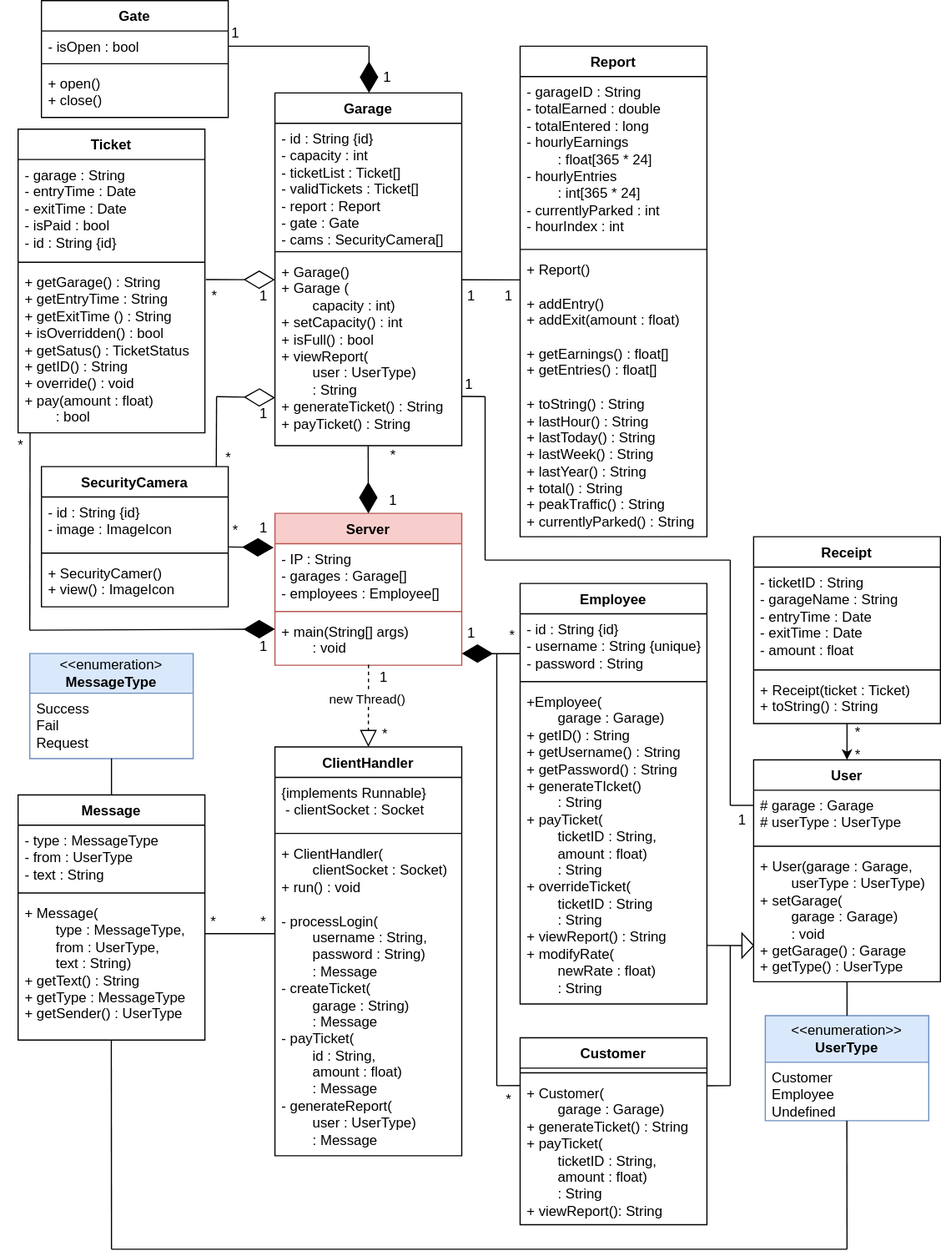
This is design/Diagrams/ServerSideFull.svg from CSUEB-CS401-02-SP25-Group-Project-1/parking-garage-system, a draw.io export, as it was before one commit. Source tidied: cells renumbered, new cells last; positions are measured from the earlier drawing's top-left corner, leaving out a move shared by most shapes.
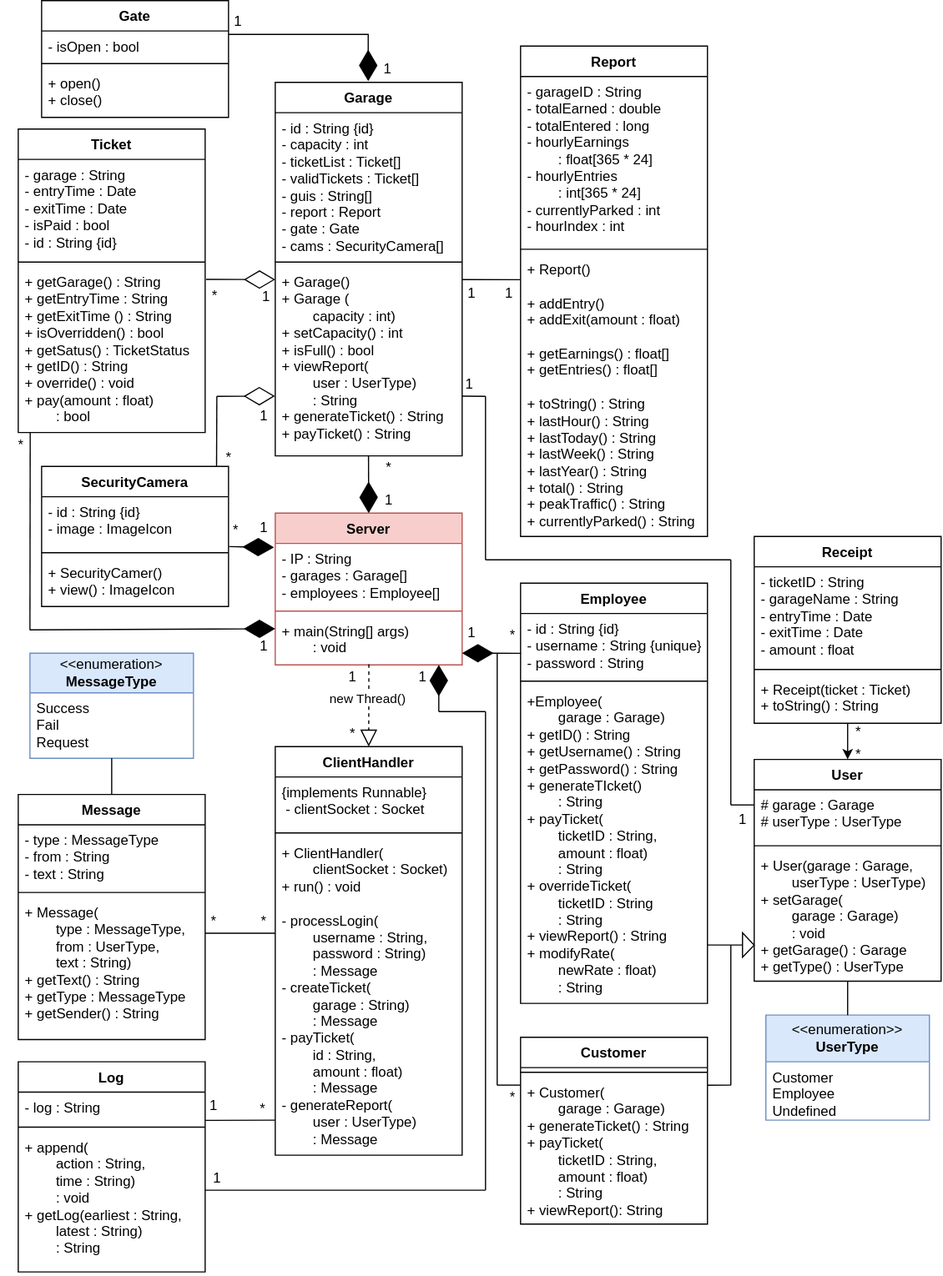
The same diagram one commit later.

Commit message:
Updated ServerSideFull to include Log

Diff of the diagram source:
```diff
@@ -41,13 +41,13 @@
     <mxCell id="14" value="Message" style="swimlane;fontStyle=1;align=center;verticalAlign=top;horizontal=1;startSize=26;whiteSpace=wrap;html=1;" parent="1" vertex="1">
       <mxGeometry x="13" y="680" width="160" height="210" as="geometry" />
     </mxCell>
-    <mxCell id="15" value="&lt;div&gt;- type : MessageType&lt;/div&gt;&lt;div&gt;- from : UserType&lt;/div&gt;&lt;div&gt;- text : String&lt;/div&gt;" style="text;strokeColor=none;fillColor=none;align=left;verticalAlign=top;spacingLeft=4;spacingRight=4;overflow=hidden;whiteSpace=wrap;html=1;" parent="14" vertex="1">
+    <mxCell id="15" value="&lt;div&gt;- type : MessageType&lt;/div&gt;&lt;div&gt;- from : String&lt;/div&gt;&lt;div&gt;- text : String&lt;/div&gt;" style="text;strokeColor=none;fillColor=none;align=left;verticalAlign=top;spacingLeft=4;spacingRight=4;overflow=hidden;whiteSpace=wrap;html=1;" parent="14" vertex="1">
       <mxGeometry y="26" width="160" height="54" as="geometry" />
     </mxCell>
     <mxCell id="16" style="line;strokeWidth=1;fillColor=none;align=left;verticalAlign=middle;spacingTop=-1;spacingLeft=3;spacingRight=3;labelPosition=right;strokeColor=inherit;" parent="14" vertex="1">
       <mxGeometry y="80" width="160" height="8" as="geometry" />
     </mxCell>
-    <mxCell id="17" value="&lt;div&gt;+ Message(&lt;/div&gt;&lt;div&gt;&lt;span style=&quot;white-space: pre;&quot;&gt;&#9;&lt;/span&gt;type : MessageType,&lt;/div&gt;&lt;div&gt;&lt;span style=&quot;white-space: pre;&quot;&gt;&#9;&lt;/span&gt;from : UserType,&lt;/div&gt;&lt;div&gt;&lt;span style=&quot;white-space: pre;&quot;&gt;&#9;&lt;/span&gt;text : String)&lt;/div&gt;&lt;div&gt;+ getText() : String&lt;/div&gt;&lt;div&gt;+ getType : MessageType&lt;/div&gt;&lt;div&gt;+ getSender() : UserType&lt;/div&gt;" style="text;strokeColor=none;fillColor=none;align=left;verticalAlign=top;spacingLeft=4;spacingRight=4;overflow=hidden;points=[[0,0.5],[1,0.5]];portConstraint=eastwest;whiteSpace=wrap;html=1;" parent="14" vertex="1">
+    <mxCell id="17" value="&lt;div&gt;+ Message(&lt;/div&gt;&lt;div&gt;&lt;span style=&quot;white-space: pre;&quot;&gt;&#9;&lt;/span&gt;type : MessageType,&lt;/div&gt;&lt;div&gt;&lt;span style=&quot;white-space: pre;&quot;&gt;&#9;&lt;/span&gt;from : UserType,&lt;/div&gt;&lt;div&gt;&lt;span style=&quot;white-space: pre;&quot;&gt;&#9;&lt;/span&gt;text : String)&lt;/div&gt;&lt;div&gt;+ getText() : String&lt;/div&gt;&lt;div&gt;+ getType : MessageType&lt;/div&gt;&lt;div&gt;+ getSender() : String&lt;/div&gt;" style="text;strokeColor=none;fillColor=none;align=left;verticalAlign=top;spacingLeft=4;spacingRight=4;overflow=hidden;points=[[0,0.5],[1,0.5]];portConstraint=eastwest;whiteSpace=wrap;html=1;" parent="14" vertex="1">
       <mxGeometry y="88" width="160" height="122" as="geometry" />
     </mxCell>
     <mxCell id="18" value="&lt;div&gt;&amp;lt;&amp;lt;enumeration&amp;gt;&lt;/div&gt;&lt;div&gt;&lt;b&gt;MessageType&lt;/b&gt;&lt;/div&gt;" style="swimlane;fontStyle=0;horizontal=1;startSize=34;fillColor=#dae8fc;whiteSpace=wrap;html=1;strokeColor=#6c8ebf;" parent="1" vertex="1">
@@ -108,16 +108,16 @@
       <mxGeometry y="88" width="160" height="272" as="geometry" />
     </mxCell>
     <mxCell id="37" value="Garage" style="swimlane;fontStyle=1;align=center;verticalAlign=top;horizontal=1;startSize=26;whiteSpace=wrap;html=1;" parent="1" vertex="1">
-      <mxGeometry x="233" y="79" width="160" height="302" as="geometry" />
+      <mxGeometry x="233" y="70" width="160" height="320" as="geometry" />
     </mxCell>
-    <mxCell id="38" value="- id : String {id}&lt;div&gt;- capacity : int&lt;/div&gt;&lt;div&gt;- ticketList : Ticket[]&lt;/div&gt;&lt;div&gt;- validTickets : Ticket[]&lt;/div&gt;&lt;div&gt;- report : Report&lt;/div&gt;&lt;div&gt;- gate : Gate&lt;/div&gt;&lt;div&gt;- cams : SecurityCamera[]&lt;/div&gt;" style="text;strokeColor=none;fillColor=none;align=left;verticalAlign=top;spacingLeft=4;spacingRight=4;overflow=hidden;whiteSpace=wrap;html=1;" parent="37" vertex="1">
-      <mxGeometry y="26" width="160" height="106" as="geometry" />
+    <mxCell id="38" value="- id : String {id}&lt;div&gt;- capacity : int&lt;/div&gt;&lt;div&gt;- ticketList : Ticket[]&lt;/div&gt;&lt;div&gt;- validTickets : Ticket[]&lt;/div&gt;&lt;div&gt;- guis : String[]&lt;/div&gt;&lt;div&gt;- report : Report&lt;/div&gt;&lt;div&gt;- gate : Gate&lt;/div&gt;&lt;div&gt;- cams : SecurityCamera[]&lt;/div&gt;" style="text;strokeColor=none;fillColor=none;align=left;verticalAlign=top;spacingLeft=4;spacingRight=4;overflow=hidden;whiteSpace=wrap;html=1;" parent="37" vertex="1">
+      <mxGeometry y="26" width="160" height="124" as="geometry" />
     </mxCell>
     <mxCell id="39" style="line;strokeWidth=1;fillColor=none;align=left;verticalAlign=middle;spacingTop=-1;spacingLeft=3;spacingRight=3;labelPosition=right;strokeColor=inherit;" parent="37" vertex="1">
-      <mxGeometry y="132" width="160" height="8" as="geometry" />
+      <mxGeometry y="150" width="160" height="8" as="geometry" />
     </mxCell>
     <mxCell id="40" value="&lt;div&gt;+ Garage()&lt;/div&gt;&lt;div&gt;+ Garage (&lt;/div&gt;&lt;div&gt;&lt;span style=&quot;white-space: pre;&quot;&gt;&#9;&lt;/span&gt;capacity : int)&lt;/div&gt;&lt;div&gt;+ setCapacity() : int&lt;/div&gt;&lt;div&gt;+ isFull() : bool&lt;/div&gt;&lt;div&gt;+ viewReport(&lt;/div&gt;&lt;div&gt;&lt;span style=&quot;white-space: pre;&quot;&gt;&#9;&lt;/span&gt;user : UserType)&lt;/div&gt;&lt;div&gt;&lt;span style=&quot;white-space: pre;&quot;&gt;&#9;&lt;/span&gt;: String&lt;/div&gt;&lt;div&gt;+ generateTicket() : String&lt;/div&gt;&lt;div&gt;+ payTicket() : String&lt;/div&gt;" style="text;strokeColor=none;fillColor=none;align=left;verticalAlign=top;spacingLeft=4;spacingRight=4;overflow=hidden;points=[[0,0.5],[1,0.5]];portConstraint=eastwest;whiteSpace=wrap;html=1;" parent="37" vertex="1">
-      <mxGeometry y="140" width="160" height="162" as="geometry" />
+      <mxGeometry y="158" width="160" height="162" as="geometry" />
     </mxCell>
     <mxCell id="41" value="Report" style="swimlane;fontStyle=1;align=center;verticalAlign=top;horizontal=1;startSize=26;whiteSpace=wrap;html=1;" parent="1" vertex="1">
       <mxGeometry x="443" y="39" width="160" height="420" as="geometry" />
@@ -160,28 +160,28 @@
       </mxGeometry>
     </mxCell>
     <mxCell id="53" value="1" style="text;html=1;align=center;verticalAlign=middle;strokeColor=none;fillColor=none;" parent="1" vertex="1">
-      <mxGeometry x="319" y="413" width="30" height="30" as="geometry" />
+      <mxGeometry x="315" y="413" width="30" height="30" as="geometry" />
     </mxCell>
     <mxCell id="54" value="*" style="text;html=1;align=center;verticalAlign=middle;strokeColor=none;fillColor=none;" parent="1" vertex="1">
-      <mxGeometry x="319" y="375" width="30" height="30" as="geometry" />
+      <mxGeometry x="315" y="385" width="30" height="30" as="geometry" />
     </mxCell>
     <mxCell id="55" value="1" style="text;html=1;align=center;verticalAlign=middle;strokeColor=none;fillColor=none;" parent="1" vertex="1">
-      <mxGeometry x="418" y="238" width="30" height="30" as="geometry" />
+      <mxGeometry x="418" y="236" width="30" height="30" as="geometry" />
     </mxCell>
     <mxCell id="56" value="1" style="text;html=1;align=center;verticalAlign=middle;strokeColor=none;fillColor=none;" parent="1" vertex="1">
-      <mxGeometry x="386" y="238" width="30" height="30" as="geometry" />
+      <mxGeometry x="386" y="236" width="30" height="30" as="geometry" />
     </mxCell>
     <mxCell id="57" value="*" style="text;html=1;align=center;verticalAlign=middle;strokeColor=none;fillColor=none;" parent="1" vertex="1">
       <mxGeometry x="166" y="238" width="30" height="30" as="geometry" />
     </mxCell>
     <mxCell id="58" value="1" style="text;html=1;align=center;verticalAlign=middle;strokeColor=none;fillColor=none;" parent="1" vertex="1">
-      <mxGeometry x="208" y="238" width="30" height="30" as="geometry" />
+      <mxGeometry x="210" y="239" width="30" height="30" as="geometry" />
     </mxCell>
     <mxCell id="59" value="1" style="text;html=1;align=center;verticalAlign=middle;strokeColor=none;fillColor=none;" parent="1" vertex="1">
-      <mxGeometry x="311" y="565" width="30" height="30" as="geometry" />
+      <mxGeometry x="284" y="565" width="30" height="30" as="geometry" />
     </mxCell>
     <mxCell id="60" value="*" style="text;html=1;align=center;verticalAlign=middle;strokeColor=none;fillColor=none;" parent="1" vertex="1">
-      <mxGeometry x="312" y="613" width="30" height="30" as="geometry" />
+      <mxGeometry x="284" y="613" width="30" height="30" as="geometry" />
     </mxCell>
     <mxCell id="61" style="endArrow=none;html=1;rounded=0;entryX=1;entryY=0.253;entryDx=0;entryDy=0;entryPerimeter=0;exitX=0;exitY=0.301;exitDx=0;exitDy=0;exitPerimeter=0;" parent="1" edge="1" source="9" target="17">
       <mxGeometry relative="1" as="geometry" />
@@ -199,7 +199,7 @@
       </mxGeometry>
     </mxCell>
     <mxCell id="65" value="*" style="text;html=1;align=center;verticalAlign=middle;strokeColor=none;fillColor=none;" parent="1" vertex="1">
-      <mxGeometry x="418" y="926" width="30" height="30" as="geometry" />
+      <mxGeometry x="421" y="925" width="30" height="30" as="geometry" />
     </mxCell>
     <mxCell id="66" style="endArrow=diamondThin;endFill=1;endSize=24;html=1;rounded=0;exitX=0.002;exitY=0.632;exitDx=0;exitDy=0;exitPerimeter=0;entryX=1;entryY=0.762;entryDx=0;entryDy=0;entryPerimeter=0;" parent="1" edge="1" source="34" target="5">
       <mxGeometry relative="1" as="geometry" />
@@ -261,9 +261,10 @@
     <mxCell id="79" value="1" style="text;html=1;align=center;verticalAlign=middle;strokeColor=none;fillColor=none;" parent="1" vertex="1">
       <mxGeometry x="384" y="314" width="30" height="30" as="geometry" />
     </mxCell>
-    <mxCell id="80" style="endArrow=none;html=1;rounded=0;entryX=0;entryY=0.055;entryDx=0;entryDy=0;entryPerimeter=0;" parent="1" edge="1" target="26">
+    <mxCell id="80" style="endArrow=none;html=1;rounded=0;" parent="1" edge="1">
       <mxGeometry relative="1" as="geometry">
         <mxPoint x="423" y="929" as="sourcePoint" />
+        <mxPoint x="443" y="929" as="targetPoint" />
       </mxGeometry>
     </mxCell>
     <mxCell id="81" style="endArrow=diamondThin;endFill=1;endSize=24;html=1;rounded=0;entryX=0;entryY=0.446;entryDx=0;entryDy=0;entryPerimeter=0;" parent="1" edge="1">
@@ -296,22 +297,6 @@
         <mxPoint x="443" y="239.1" as="targetPoint" />
       </mxGeometry>
     </mxCell>
-    <mxCell id="87" style="endArrow=none;html=1;rounded=0;entryX=0.499;entryY=1.004;entryDx=0;entryDy=0;entryPerimeter=0;" parent="1" edge="1" target="17">
-      <mxGeometry relative="1" as="geometry">
-        <mxPoint x="93" y="1069" as="sourcePoint" />
-      </mxGeometry>
-    </mxCell>
-    <mxCell id="88" style="endArrow=none;html=1;rounded=0;entryX=0.499;entryY=1.001;entryDx=0;entryDy=0;entryPerimeter=0;" parent="1" edge="1" target="32">
-      <mxGeometry relative="1" as="geometry">
-        <mxPoint x="723" y="1069" as="sourcePoint" />
-      </mxGeometry>
-    </mxCell>
-    <mxCell id="89" style="endArrow=none;html=1;rounded=0;" parent="1" edge="1">
-      <mxGeometry relative="1" as="geometry">
-        <mxPoint x="93" y="1069" as="sourcePoint" />
-        <mxPoint x="723" y="1069" as="targetPoint" />
-      </mxGeometry>
-    </mxCell>
     <mxCell id="90" value="Gate" style="swimlane;fontStyle=1;align=center;verticalAlign=top;horizontal=1;startSize=26;whiteSpace=wrap;html=1;" parent="1" vertex="1">
       <mxGeometry x="33" width="160" height="100" as="geometry" />
     </mxCell>
@@ -336,7 +321,7 @@
     <mxCell id="97" value="&lt;div&gt;+ SecurityCamer()&lt;/div&gt;&lt;div&gt;+ view() : ImageIcon&lt;/div&gt;" style="text;strokeColor=none;fillColor=none;align=left;verticalAlign=top;spacingLeft=4;spacingRight=4;overflow=hidden;whiteSpace=wrap;html=1;" parent="94" vertex="1">
       <mxGeometry y="78" width="160" height="42" as="geometry" />
     </mxCell>
-    <mxCell id="98" style="endArrow=diamondThin;endFill=0;endSize=24;html=1;rounded=0;entryX=0.001;entryY=0.747;entryDx=0;entryDy=0;entryPerimeter=0;" parent="1" edge="1" target="40">
+    <mxCell id="98" style="endArrow=diamondThin;endFill=0;endSize=24;html=1;rounded=0;entryX=-0.001;entryY=0.684;entryDx=0;entryDy=0;entryPerimeter=0;" parent="1" edge="1" target="40">
       <mxGeometry relative="1" as="geometry">
         <mxPoint x="183" y="339" as="sourcePoint" />
       </mxGeometry>
@@ -356,28 +341,82 @@
       <mxGeometry x="184" y="439" width="30" height="30" as="geometry" />
     </mxCell>
     <mxCell id="103" value="1" style="text;html=1;align=center;verticalAlign=middle;strokeColor=none;fillColor=none;" parent="1" vertex="1">
-      <mxGeometry x="208" y="339" width="30" height="30" as="geometry" />
+      <mxGeometry x="208" y="341" width="30" height="30" as="geometry" />
     </mxCell>
     <mxCell id="104" value="*" style="text;html=1;align=center;verticalAlign=middle;strokeColor=none;fillColor=none;" parent="1" vertex="1">
       <mxGeometry x="178" y="377" width="30" height="30" as="geometry" />
     </mxCell>
     <mxCell id="105" style="endArrow=diamondThin;endFill=1;endSize=24;html=1;rounded=0;" parent="1" edge="1">
       <mxGeometry relative="1" as="geometry">
-        <mxPoint x="313.6" y="39" as="sourcePoint" />
-        <mxPoint x="313.6" y="79" as="targetPoint" />
+        <mxPoint x="312.6" y="29" as="sourcePoint" />
+        <mxPoint x="312.6" y="69" as="targetPoint" />
       </mxGeometry>
     </mxCell>
     <mxCell id="106" style="endArrow=none;html=1;rounded=0;" parent="1" edge="1">
       <mxGeometry relative="1" as="geometry">
-        <mxPoint x="193" y="39" as="sourcePoint" />
-        <mxPoint x="313" y="39" as="targetPoint" />
+        <mxPoint x="193" y="29" as="sourcePoint" />
+        <mxPoint x="313" y="29" as="targetPoint" />
       </mxGeometry>
     </mxCell>
     <mxCell id="107" value="1" style="text;html=1;align=center;verticalAlign=middle;strokeColor=none;fillColor=none;" parent="1" vertex="1">
-      <mxGeometry x="184" y="13" width="30" height="30" as="geometry" />
+      <mxGeometry x="186" y="3" width="30" height="30" as="geometry" />
     </mxCell>
     <mxCell id="108" value="1" style="text;html=1;align=center;verticalAlign=middle;strokeColor=none;fillColor=none;" parent="1" vertex="1">
-      <mxGeometry x="314" y="51" width="30" height="30" as="geometry" />
+      <mxGeometry x="314" y="44" width="30" height="30" as="geometry" />
     </mxCell>
+    <mxCell id="109" value="Log" style="swimlane;fontStyle=1;align=center;verticalAlign=top;horizontal=1;startSize=26;whiteSpace=wrap;html=1;" parent="1" vertex="1">
+      <mxGeometry x="13" y="909" width="160" height="180" as="geometry" />
+    </mxCell>
+    <mxCell id="110" value="- log : String" style="text;strokeColor=none;fillColor=none;align=left;verticalAlign=top;spacingLeft=4;spacingRight=4;overflow=hidden;whiteSpace=wrap;html=1;" parent="109" vertex="1">
+      <mxGeometry y="26" width="160" height="26" as="geometry" />
+    </mxCell>
+    <mxCell id="111" style="line;strokeWidth=1;fillColor=none;align=left;verticalAlign=middle;spacingTop=-1;spacingLeft=3;spacingRight=3;labelPosition=right;strokeColor=inherit;" parent="109" vertex="1">
+      <mxGeometry y="52" width="160" height="8" as="geometry" />
+    </mxCell>
+    <mxCell id="112" value="&lt;div&gt;+ append(&lt;/div&gt;&lt;div&gt;&lt;span style=&quot;white-space: pre;&quot;&gt;&#9;&lt;/span&gt;action : String,&lt;/div&gt;&lt;div&gt;&lt;span style=&quot;white-space: pre;&quot;&gt;&#9;&lt;/span&gt;time : String)&lt;/div&gt;&lt;div&gt;&lt;span style=&quot;white-space: pre;&quot;&gt;&#9;&lt;/span&gt;: void&lt;/div&gt;&lt;div&gt;+ getLog(earliest : String,&lt;/div&gt;&lt;div&gt;&lt;span style=&quot;white-space: pre;&quot;&gt;&#9;&lt;/span&gt;latest : String)&amp;nbsp;&lt;/div&gt;&lt;div&gt;&lt;span style=&quot;white-space: pre;&quot;&gt;&#9;&lt;/span&gt;: String&lt;/div&gt;" style="text;strokeColor=none;fillColor=none;align=left;verticalAlign=top;spacingLeft=4;spacingRight=4;overflow=hidden;whiteSpace=wrap;html=1;" parent="109" vertex="1">
+      <mxGeometry y="60" width="160" height="120" as="geometry" />
+    </mxCell>
+    <mxCell id="113" style="endArrow=diamondThin;endFill=1;endSize=24;html=1;rounded=0;" parent="1" edge="1">
+      <mxGeometry relative="1" as="geometry">
+        <mxPoint x="373" y="609" as="sourcePoint" />
+        <mxPoint x="373" y="569" as="targetPoint" />
+      </mxGeometry>
+    </mxCell>
+    <mxCell id="114" style="endArrow=none;html=1;rounded=0;" parent="1" edge="1">
+      <mxGeometry relative="1" as="geometry">
+        <mxPoint x="413" y="1019" as="sourcePoint" />
+        <mxPoint x="413" y="609" as="targetPoint" />
+      </mxGeometry>
+    </mxCell>
+    <mxCell id="115" style="endArrow=none;html=1;rounded=0;" parent="1" edge="1">
+      <mxGeometry relative="1" as="geometry">
+        <mxPoint x="173" y="1019" as="sourcePoint" />
+        <mxPoint x="413" y="1019" as="targetPoint" />
+      </mxGeometry>
+    </mxCell>
+    <mxCell id="116" style="endArrow=none;html=1;rounded=0;" parent="1" edge="1">
+      <mxGeometry relative="1" as="geometry">
+        <mxPoint x="373" y="609" as="sourcePoint" />
+        <mxPoint x="413" y="609" as="targetPoint" />
+      </mxGeometry>
+    </mxCell>
+    <mxCell id="117" value="1" style="text;html=1;align=center;verticalAlign=middle;strokeColor=none;fillColor=none;" parent="1" vertex="1">
+      <mxGeometry x="168" y="994" width="30" height="30" as="geometry" />
+    </mxCell>
+    <mxCell id="118" value="1" style="text;html=1;align=center;verticalAlign=middle;strokeColor=none;fillColor=none;" parent="1" vertex="1">
+      <mxGeometry x="344" y="565" width="30" height="30" as="geometry" />
+    </mxCell>
+    <mxCell id="119" style="endArrow=none;html=1;rounded=0;" parent="1" edge="1">
+      <mxGeometry relative="1" as="geometry">
+        <mxPoint x="233" y="959" as="sourcePoint" />
+        <mxPoint x="173" y="959.2" as="targetPoint" />
+      </mxGeometry>
+    </mxCell>
+    <mxCell id="120" value="1" style="text;html=1;align=center;verticalAlign=middle;strokeColor=none;fillColor=none;" parent="1" vertex="1">
+      <mxGeometry x="165" y="932" width="30" height="30" as="geometry" />
+    </mxCell>
+    <mxCell id="121" value="*" style="text;html=1;align=center;verticalAlign=middle;strokeColor=none;fillColor=none;" parent="1" vertex="1">
+      <mxGeometry x="207" y="935" width="30" height="30" as="geometry" />
+    </mxCell>
   </root>
 </mxGraphModel>
```
